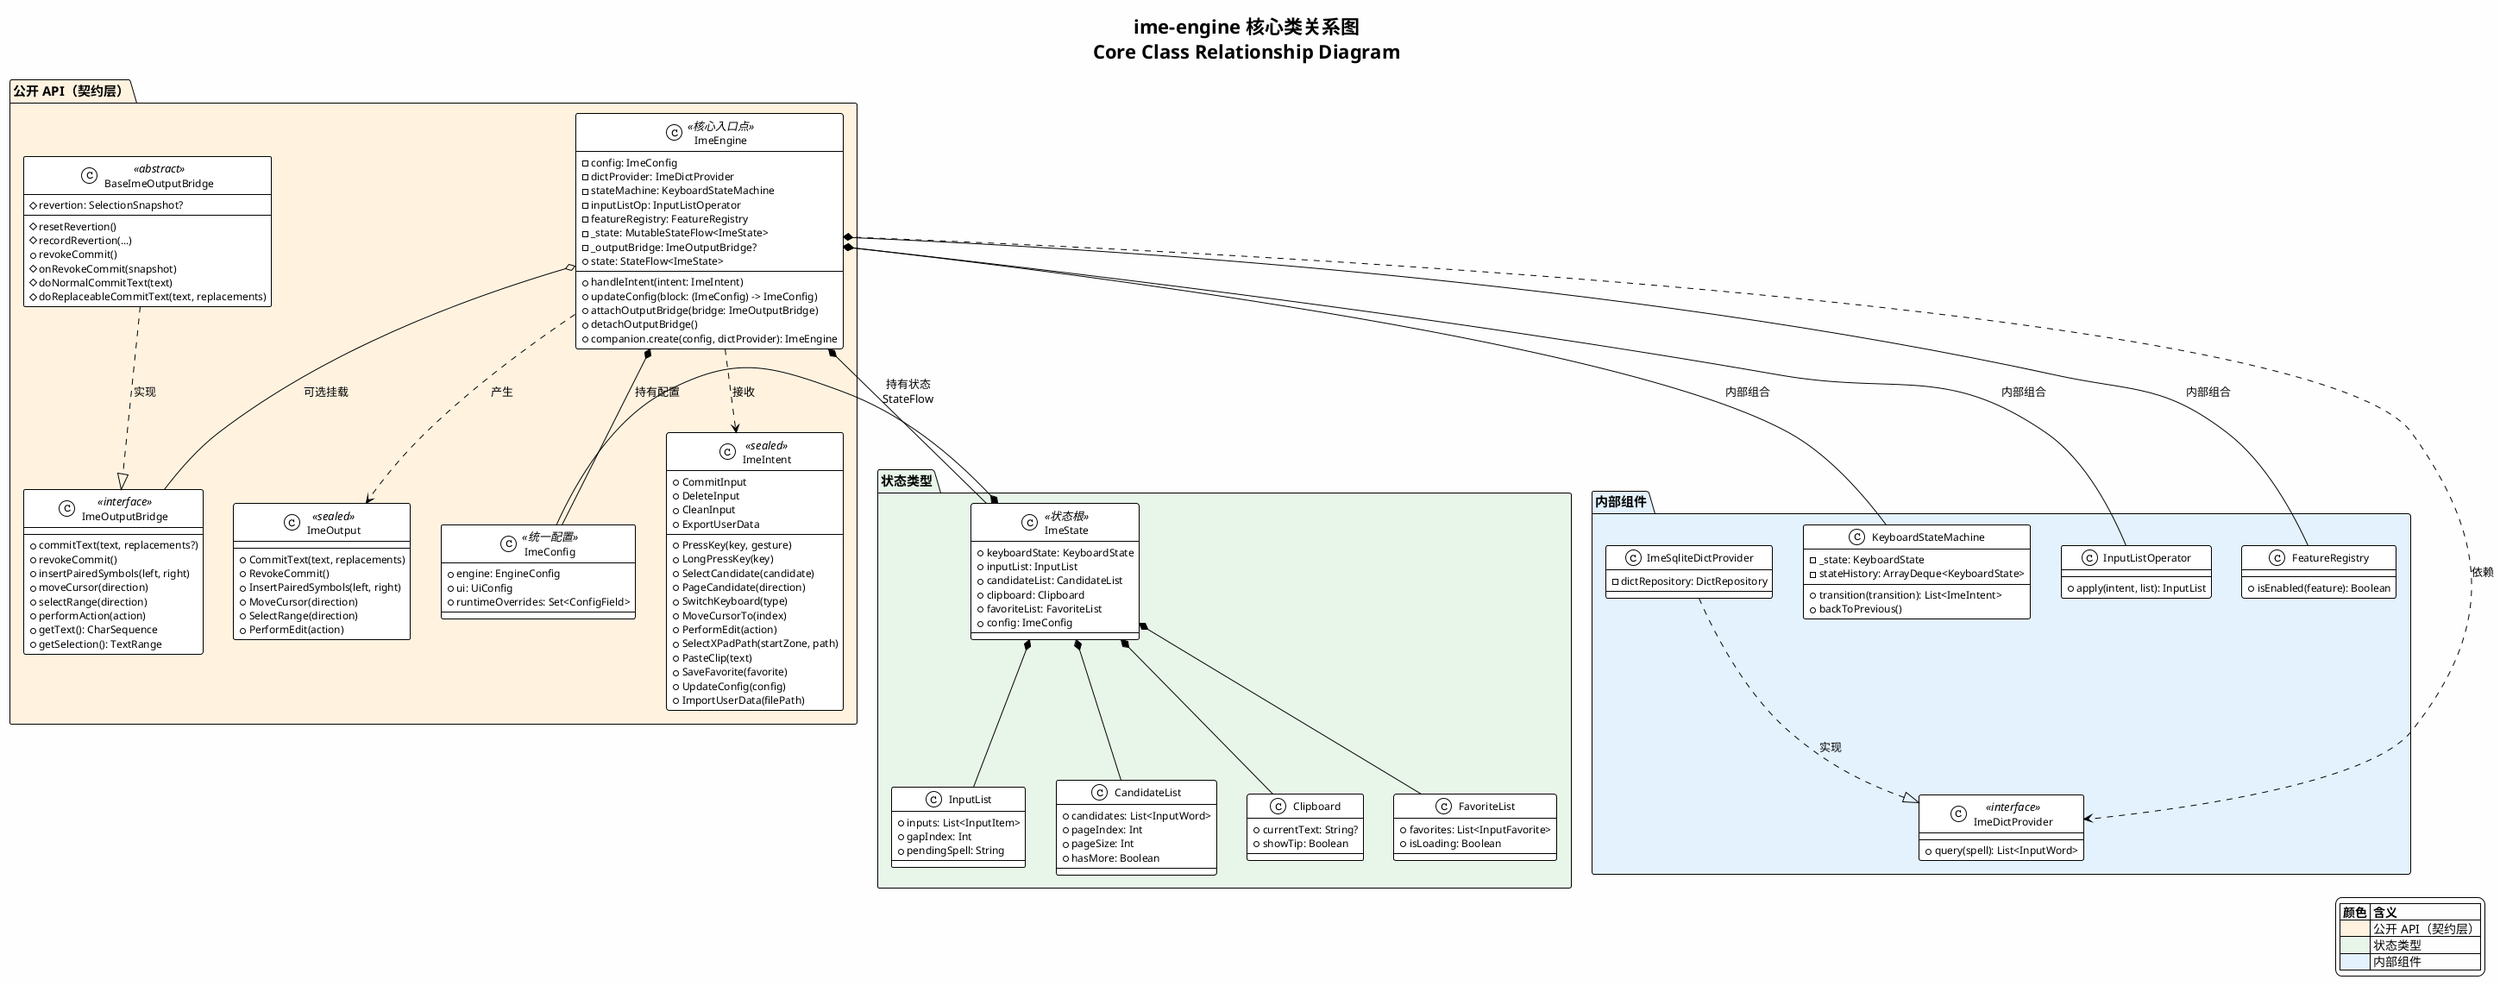
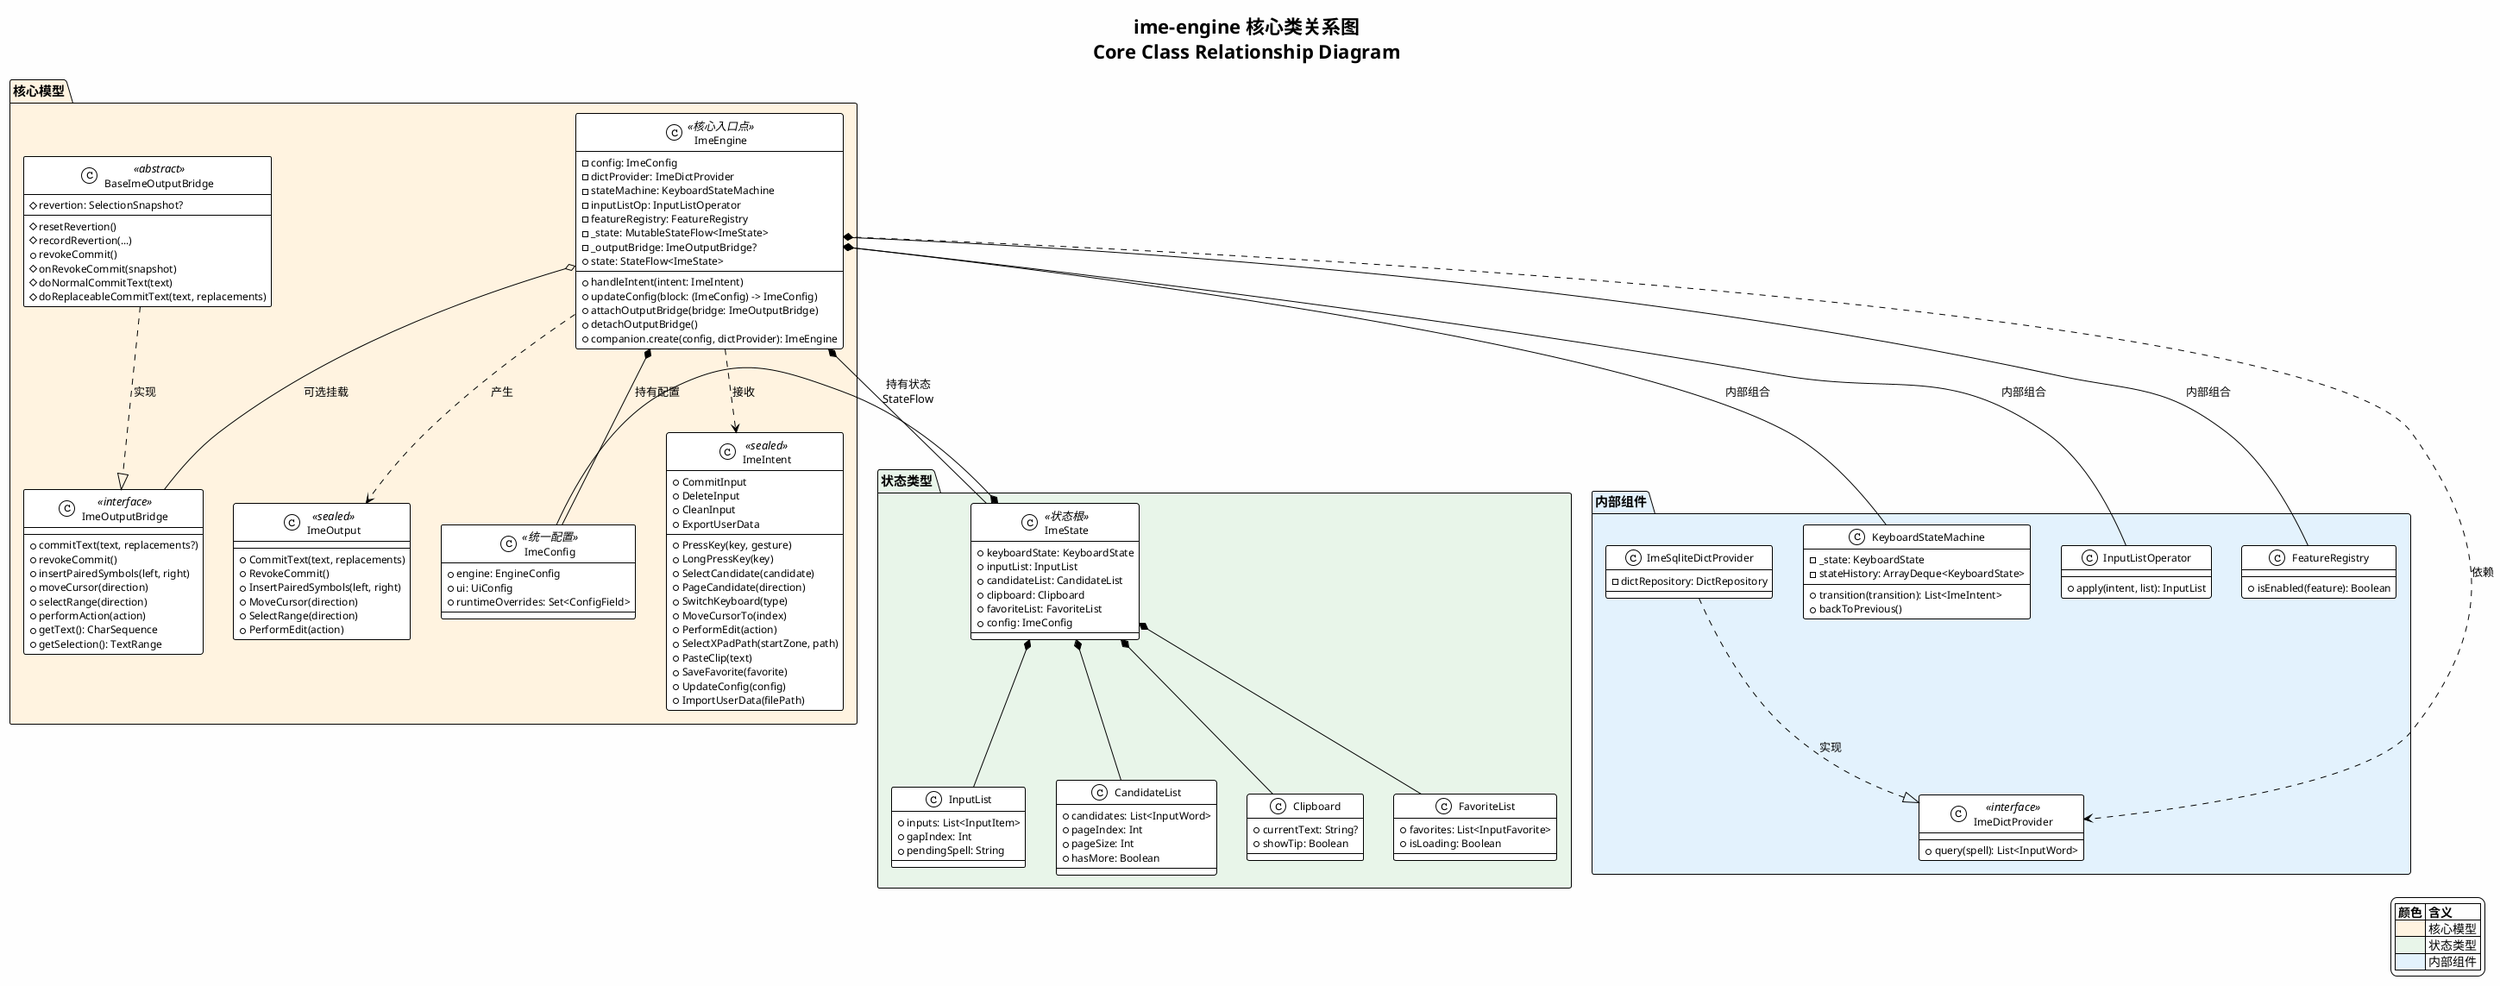
@startuml engine-overview
!theme plain
skinparam backgroundColor #FEFEFE
skinparam shadowing false
skinparam defaultFontSize 13
skinparam componentFontSize 14
skinparam packageFontSize 15
skinparam classFontSize 14
skinparam classAttributeFontSize 12

title :ime-engine 核心类关系图\nCore Class Relationship Diagram

- ' ─── Public API (契约层) ──────────────────────────────────────────
+ ' ─── Core Model ──────────────────────────────────────────

- package "公开 API（契约层）" as api #FFF3E0 {
+ package "核心模型" as api #FFF3E0 {

    class ImeEngine <<核心入口点>> {
        - config: ImeConfig
        - dictProvider: ImeDictProvider
        - stateMachine: KeyboardStateMachine
        - inputListOp: InputListOperator
        - featureRegistry: FeatureRegistry
        - _state: MutableStateFlow<ImeState>
        - _outputBridge: ImeOutputBridge?
        + state: StateFlow<ImeState>
        + handleIntent(intent: ImeIntent)
        + updateConfig(block: (ImeConfig) -> ImeConfig)
        + attachOutputBridge(bridge: ImeOutputBridge)
        + detachOutputBridge()
        + companion.create(config, dictProvider): ImeEngine
    }

    class ImeConfig <<统一配置>> {
        + engine: EngineConfig
        + ui: UiConfig
        + runtimeOverrides: Set<ConfigField>
    }

    class ImeIntent <<sealed>> {
        + PressKey(key, gesture)
        + LongPressKey(key)
        + SelectCandidate(candidate)
        + PageCandidate(direction)
        + SwitchKeyboard(type)
        + CommitInput
        + DeleteInput
        + CleanInput
        + MoveCursorTo(index)
        + PerformEdit(action)
        + SelectXPadPath(startZone, path)
        + PasteClip(text)
        + SaveFavorite(favorite)
        + UpdateConfig(config)
        + ExportUserData
        + ImportUserData(filePath)
    }

    class ImeOutput <<sealed>> {
        + CommitText(text, replacements)
        + RevokeCommit()
        + InsertPairedSymbols(left, right)
        + MoveCursor(direction)
        + SelectRange(direction)
        + PerformEdit(action)
    }

    class ImeOutputBridge <<interface>> {
        + commitText(text, replacements?)
        + revokeCommit()
        + insertPairedSymbols(left, right)
        + moveCursor(direction)
        + selectRange(direction)
        + performAction(action)
        + getText(): CharSequence
        + getSelection(): TextRange
    }

    class BaseImeOutputBridge <<abstract>> {
        # revertion: SelectionSnapshot?
        # resetRevertion()
        # recordRevertion(...)
        + revokeCommit()
        # onRevokeCommit(snapshot)
        # doNormalCommitText(text)
        # doReplaceableCommitText(text, replacements)
    }
}

' ─── State 子状态类型 ──────────────────────────────────────────

package "状态类型" as state #E8F5E9 {

    class ImeState <<状态根>> {
        + keyboardState: KeyboardState
        + inputList: InputList
        + candidateList: CandidateList
        + clipboard: Clipboard
        + favoriteList: FavoriteList
        + config: ImeConfig
    }

    class InputList {
        + inputs: List<InputItem>
        + gapIndex: Int
        + pendingSpell: String
    }

    class CandidateList {
        + candidates: List<InputWord>
        + pageIndex: Int
        + pageSize: Int
        + hasMore: Boolean
    }

    class Clipboard {
        + currentText: String?
        + showTip: Boolean
    }

    class FavoriteList {
        + favorites: List<InputFavorite>
        + isLoading: Boolean
    }
}

' ─── 内部组件 ──────────────────────────────────────────────────

package "内部组件" as internal #E3F2FD {

    class KeyboardStateMachine {
        - _state: KeyboardState
        - stateHistory: ArrayDeque<KeyboardState>
        + transition(transition): List<ImeIntent>
        + backToPrevious()
    }

    class InputListOperator {
        + apply(intent, list): InputList
    }

    class FeatureRegistry {
        + isEnabled(feature): Boolean
    }

    class ImeDictProvider <<interface>> {
        + query(spell): List<InputWord>
    }

    class ImeSqliteDictProvider {
        - dictRepository: DictRepository
    }
}

' ─── 关系 ──────────────────────────────────────────────────────

ImeEngine *-- ImeConfig : "持有配置"
ImeEngine *-- ImeState : "持有状态\nStateFlow"
ImeEngine *-- KeyboardStateMachine : "内部组合"
ImeEngine *-- InputListOperator : "内部组合"
ImeEngine *-- FeatureRegistry : "内部组合"
ImeEngine o-- ImeOutputBridge : "可选挂载"

ImeEngine ..> ImeIntent : "接收"
ImeEngine ..> ImeOutput : "产生"
ImeEngine ..> ImeDictProvider : "依赖"

BaseImeOutputBridge ..|> ImeOutputBridge : "实现"
ImeSqliteDictProvider ..|> ImeDictProvider : "实现"

ImeState *-- InputList
ImeState *-- CandidateList
ImeState *-- Clipboard
ImeState *-- FavoriteList
ImeState *-- ImeConfig

' ─── 图例 ──────────────────────────────────────────────────────

legend right
  |= 颜色 |= 含义 |
-   |<#FFF3E0>| 公开 API（契约层）|
+   |<#FFF3E0>| 核心模型 |
  |<#E8F5E9>| 状态类型 |
  |<#E3F2FD>| 内部组件 |
endlegend

@enduml
